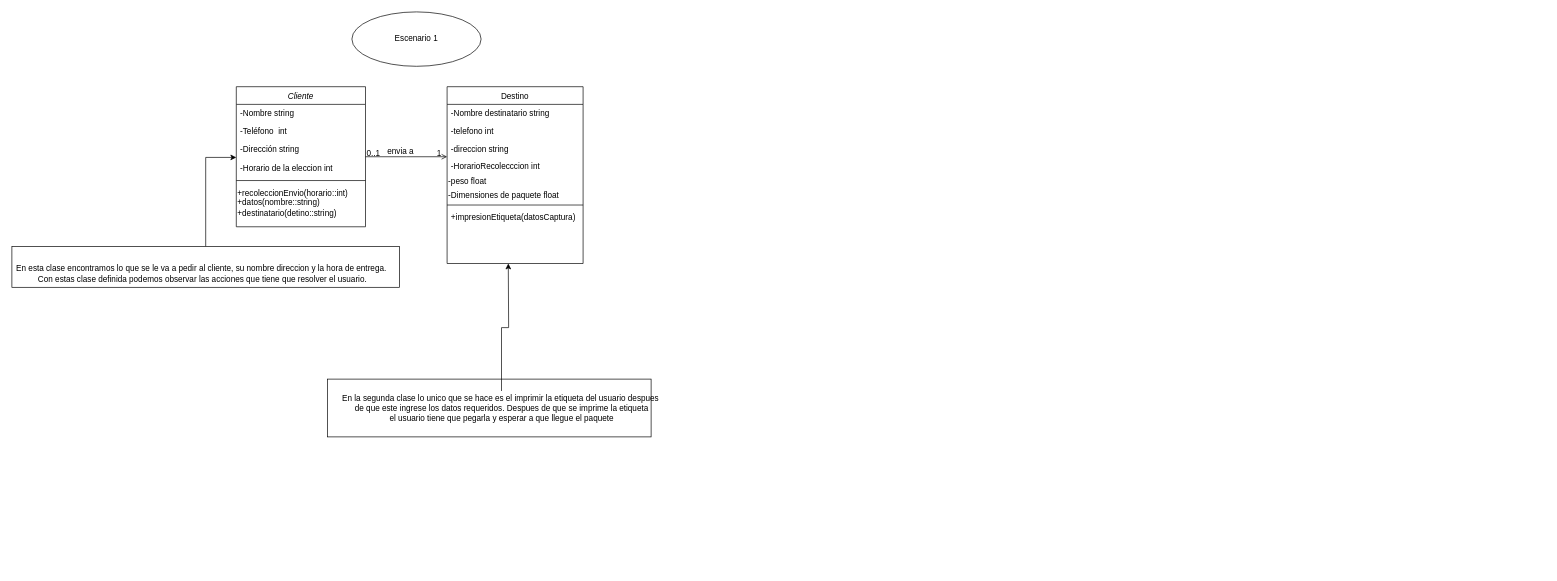
This is page "escenario 1" (1 of 2) of Untitled Diagram.drawio from isabelinna/Proyecto, a draw.io file, before an edit. Source tidied: cells renumbered, new cells numbered last; positions are measured from the earlier drawing's top-left corner, leaving out a move shared by most shapes. Both pictures are drawn from the tidied source at 68%, with x=0, y=0 at pixel (12, 12).
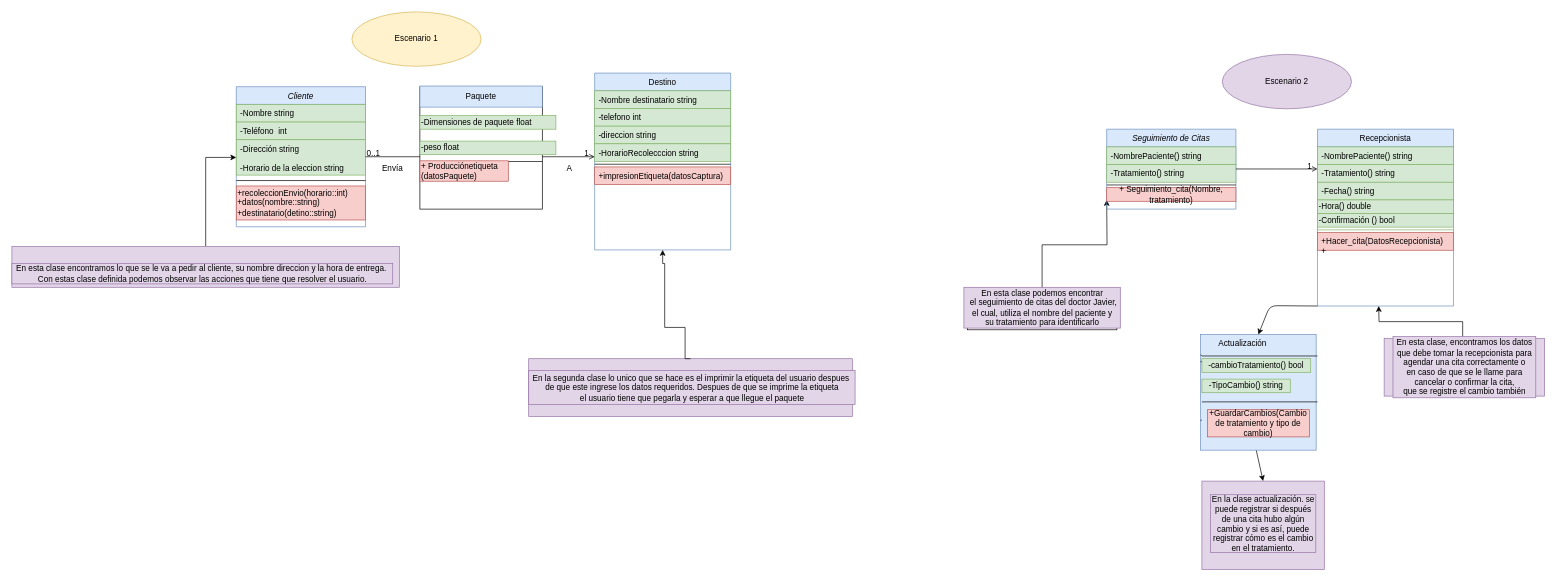
After the change.

What changed in the source:
```diff
@@
-    <mxCell id="3" style="rounded=0;whiteSpace=wrap;html=1;" parent="1" vertex="1">
+    <mxCell id="3" style="rounded=0;whiteSpace=wrap;html=1;fillColor=#e1d5e7;strokeColor=#9673a6;" parent="1" vertex="1">
       <mxGeometry y="345" width="570" height="60" as="geometry" />
     </mxCell>
-    <mxCell id="4" style="rounded=0;whiteSpace=wrap;html=1;" parent="1" vertex="1">
-      <mxGeometry x="464" y="540" width="476" height="85" as="geometry" />
+    <mxCell id="4" style="rounded=0;whiteSpace=wrap;html=1;fillColor=#e1d5e7;strokeColor=#9673a6;" parent="1" vertex="1">
+      <mxGeometry x="760" y="510" width="476" height="85" as="geometry" />
     </mxCell>
-    <mxCell id="5" value="Cliente" style="swimlane;fontStyle=2;align=center;verticalAlign=top;horizontal=1;startSize=26;rounded=0;shadow=0;strokeWidth=1;" parent="1" vertex="1">
+    <mxCell id="5" value="Cliente" style="swimlane;fontStyle=2;align=center;verticalAlign=top;horizontal=1;startSize=26;rounded=0;shadow=0;strokeWidth=1;fillColor=#dae8fc;strokeColor=#6c8ebf;" parent="1" vertex="1">
       <mxGeometry x="330" y="110" width="190" height="206" as="geometry" />
     </mxCell>
-    <mxCell id="6" value="-Nombre string" style="text;align=left;verticalAlign=top;spacingLeft=4;spacingRight=4;overflow=hidden;" parent="5" vertex="1">
+    <mxCell id="6" value="-Nombre string" style="text;align=left;verticalAlign=top;spacingLeft=4;spacingRight=4;overflow=hidden;fillColor=#d5e8d4;strokeColor=#82b366;" parent="5" vertex="1">
       <mxGeometry y="26" width="190" height="26" as="geometry" />
     </mxCell>
-    <mxCell id="7" value="-Teléfono  int" style="text;align=left;verticalAlign=top;spacingLeft=4;spacingRight=4;overflow=hidden;rounded=0;shadow=0;html=0;" parent="5" vertex="1">
+    <mxCell id="7" value="-Teléfono  int" style="text;align=left;verticalAlign=top;spacingLeft=4;spacingRight=4;overflow=hidden;rounded=0;shadow=0;html=0;fillColor=#d5e8d4;strokeColor=#82b366;" parent="5" vertex="1">
       <mxGeometry y="52" width="190" height="26" as="geometry" />
     </mxCell>
-    <mxCell id="8" value="-Dirección string&#10;&#10;-Horario de la eleccion int" style="text;align=left;verticalAlign=top;spacingLeft=4;spacingRight=4;overflow=hidden;points=[[0,0.5],[1,0.5]];portConstraint=eastwest;rounded=0;shadow=0;html=0;" parent="5" vertex="1">
+    <mxCell id="8" value="-Dirección string&#10;&#10;-Horario de la eleccion string" style="text;align=left;verticalAlign=top;spacingLeft=4;spacingRight=4;overflow=hidden;points=[[0,0.5],[1,0.5]];portConstraint=eastwest;rounded=0;shadow=0;html=0;fillColor=#d5e8d4;strokeColor=#82b366;" parent="5" vertex="1">
       <mxGeometry y="78" width="190" height="52" as="geometry" />
     </mxCell>
@@
-    <mxCell id="10" value="+recoleccionEnvio(horario::int)&lt;br&gt;+datos(nombre::string)&lt;br&gt;+destinatario(detino::string)" style="text;html=1;align=left;verticalAlign=middle;" parent="5" vertex="1">
+    <mxCell id="10" value="+recoleccionEnvio(horario::int)&lt;br&gt;+datos(nombre::string)&lt;br&gt;+destinatario(detino::string)" style="text;html=1;align=left;verticalAlign=middle;fillColor=#f8cecc;strokeColor=#b85450;" parent="5" vertex="1">
       <mxGeometry y="146" width="190" height="50" as="geometry" />
     </mxCell>
-    <mxCell id="11" value="Destino" style="swimlane;fontStyle=0;align=center;verticalAlign=top;horizontal=1;startSize=26;rounded=0;shadow=0;strokeWidth=1;" parent="1" vertex="1">
-      <mxGeometry x="640" y="110" width="200" height="260" as="geometry" />
+    <mxCell id="11" value="Destino" style="swimlane;fontStyle=0;align=center;verticalAlign=top;horizontal=1;startSize=26;rounded=0;shadow=0;strokeWidth=1;fillColor=#dae8fc;strokeColor=#6c8ebf;" parent="1" vertex="1">
+      <mxGeometry x="857" y="90" width="200" height="260" as="geometry" />
     </mxCell>
-    <mxCell id="12" value="-Nombre destinatario string" style="text;align=left;verticalAlign=top;spacingLeft=4;spacingRight=4;overflow=hidden;" parent="11" vertex="1">
+    <mxCell id="12" value="-Nombre destinatario string" style="text;align=left;verticalAlign=top;spacingLeft=4;spacingRight=4;overflow=hidden;fillColor=#d5e8d4;strokeColor=#82b366;" parent="11" vertex="1">
       <mxGeometry y="26" width="200" height="26" as="geometry" />
     </mxCell>
-    <mxCell id="13" value="-telefono int" style="text;align=left;verticalAlign=top;spacingLeft=4;spacingRight=4;overflow=hidden;rounded=0;shadow=0;html=0;" parent="11" vertex="1">
+    <mxCell id="13" value="-telefono int" style="text;align=left;verticalAlign=top;spacingLeft=4;spacingRight=4;overflow=hidden;rounded=0;shadow=0;html=0;fillColor=#d5e8d4;strokeColor=#82b366;" parent="11" vertex="1">
       <mxGeometry y="52" width="200" height="26" as="geometry" />
     </mxCell>
-    <mxCell id="14" value="-direccion string" style="text;align=left;verticalAlign=top;spacingLeft=4;spacingRight=4;overflow=hidden;rounded=0;shadow=0;html=0;" parent="11" vertex="1">
+    <mxCell id="14" value="-direccion string" style="text;align=left;verticalAlign=top;spacingLeft=4;spacingRight=4;overflow=hidden;rounded=0;shadow=0;html=0;fillColor=#d5e8d4;strokeColor=#82b366;" parent="11" vertex="1">
       <mxGeometry y="78" width="200" height="26" as="geometry" />
     </mxCell>
-    <mxCell id="15" value="-HorarioRecolecccion int" style="text;align=left;verticalAlign=top;spacingLeft=4;spacingRight=4;overflow=hidden;rounded=0;shadow=0;html=0;" parent="11" vertex="1">
+    <mxCell id="15" value="-HorarioRecolecccion string" style="text;align=left;verticalAlign=top;spacingLeft=4;spacingRight=4;overflow=hidden;rounded=0;shadow=0;html=0;fillColor=#d5e8d4;strokeColor=#82b366;" parent="11" vertex="1">
       <mxGeometry y="104" width="200" height="26" as="geometry" />
     </mxCell>
-    <mxCell id="16" value="-peso float" style="text;html=1;align=left;verticalAlign=middle;" parent="11" vertex="1">
-      <mxGeometry y="130" width="200" height="20" as="geometry" />
-    </mxCell>
-    <mxCell id="17" value="-Dimensiones de paquete float" style="text;html=1;align=left;verticalAlign=middle;" parent="11" vertex="1">
-      <mxGeometry y="150" width="200" height="20" as="geometry" />
-    </mxCell>
     <mxCell id="18" style="line;html=1;strokeWidth=1;align=left;verticalAlign=middle;spacingTop=-1;spacingLeft=3;spacingRight=3;labelPosition=right;" parent="11" vertex="1">
-      <mxGeometry y="170" width="200" height="8" as="geometry" />
+      <mxGeometry y="130" width="200" height="8" as="geometry" />
     </mxCell>
-    <mxCell id="19" value="+impresionEtiqueta(datosCaptura)" style="text;align=left;verticalAlign=top;spacingLeft=4;spacingRight=4;overflow=hidden;" parent="11" vertex="1">
-      <mxGeometry y="178" width="200" height="26" as="geometry" />
+    <mxCell id="19" value="+impresionEtiqueta(datosCaptura)" style="text;align=left;verticalAlign=top;spacingLeft=4;spacingRight=4;overflow=hidden;fillColor=#f8cecc;strokeColor=#b85450;" parent="11" vertex="1">
+      <mxGeometry y="138" width="200" height="26" as="geometry" />
     </mxCell>
@@
-    <mxCell id="24" value="En esta clase encontramos lo que se le va a pedir al cliente, su nombre direccion y la hora de entrega.&amp;nbsp;&lt;br&gt;Con estas clase definida podemos observar las acciones que tiene que resolver el usuario." style="text;html=1;align=center;verticalAlign=middle;" parent="1" vertex="1">
+    <mxCell id="24" value="En esta clase encontramos lo que se le va a pedir al cliente, su nombre direccion y la hora de entrega.&amp;nbsp;&lt;br&gt;Con estas clase definida podemos observar las acciones que tiene que resolver el usuario." style="text;html=1;align=center;verticalAlign=middle;fillColor=#e1d5e7;strokeColor=#9673a6;" parent="1" vertex="1">
       <mxGeometry y="370" width="560" height="30" as="geometry" />
     </mxCell>
-    <mxCell id="25" style="edgeStyle=orthogonalEdgeStyle;rounded=0;jettySize=auto;html=1;" parent="1" edge="1" source="26">
+    <mxCell id="25" style="edgeStyle=orthogonalEdgeStyle;rounded=0;jettySize=auto;html=1;entryX=0.5;entryY=1;entryDx=0;entryDy=0;exitX=0.5;exitY=0;exitDx=0;exitDy=0;" parent="1" edge="1" source="4" target="11">
       <mxGeometry relative="1" as="geometry">
-        <mxPoint x="730" y="370" as="targetPoint" />
+        <Array as="points">
+          <mxPoint x="990" y="510" />
+          <mxPoint x="990" y="464" />
+          <mxPoint x="960" y="464" />
+          <mxPoint x="960" y="370" />
+          <mxPoint x="957" y="370" />
+        </Array>
       </mxGeometry>
     </mxCell>
-    <mxCell id="26" value="En la segunda clase lo unico que se hace es el imprimir la etiqueta del usuario despues&amp;nbsp;&lt;br&gt;de que este ingrese los datos requeridos. Despues de que se imprime la etiqueta&lt;br&gt;el usuario tiene que pegarla y esperar a que llegue el paquete" style="text;html=1;align=center;verticalAlign=middle;points=[];" parent="1" vertex="1">
-      <mxGeometry x="480" y="557.5" width="480" height="50" as="geometry" />
+    <mxCell id="26" value="En la segunda clase lo unico que se hace es el imprimir la etiqueta del usuario despues&amp;nbsp;&lt;br&gt;de que este ingrese los datos requeridos. Despues de que se imprime la etiqueta&lt;br&gt;el usuario tiene que pegarla y esperar a que llegue el paquete" style="text;html=1;align=center;verticalAlign=middle;points=[];fillColor=#e1d5e7;strokeColor=#9673a6;" parent="1" vertex="1">
+      <mxGeometry x="760" y="527.5" width="480" height="50" as="geometry" />
     </mxCell>
-    <mxCell id="27" value="Escenario 1" style="ellipse;whiteSpace=wrap;html=1;" parent="1" vertex="1">
+    <mxCell id="27" value="Escenario 1" style="ellipse;whiteSpace=wrap;html=1;fillColor=#fff2cc;strokeColor=#d6b656;" parent="1" vertex="1">
       <mxGeometry x="500" width="190" height="80" as="geometry" />
     </mxCell>
+    <mxCell id="28" style="edgeStyle=orthogonalEdgeStyle;rounded=0;jettySize=auto;html=1;entryX=0;entryY=0.5;entryDx=0;entryDy=0;" parent="1" edge="1" source="29">
+      <mxGeometry relative="1" as="geometry">
+        <mxPoint x="1610" y="276.5" as="targetPoint" />
+      </mxGeometry>
+    </mxCell>
+    <mxCell id="29" style="rounded=0;whiteSpace=wrap;html=1;" parent="1" vertex="1">
+      <mxGeometry x="1405" y="407.5" width="220" height="60" as="geometry" />
+    </mxCell>
+    <mxCell id="30" style="rounded=0;whiteSpace=wrap;html=1;fillColor=#e1d5e7;strokeColor=#9673a6;" parent="1" vertex="1">
+      <mxGeometry x="2018" y="480" width="236" height="85" as="geometry" />
+    </mxCell>
+    <mxCell id="31" value="Seguimiento de Citas" style="swimlane;fontStyle=2;align=center;verticalAlign=top;horizontal=1;startSize=26;rounded=0;shadow=0;strokeWidth=1;fillColor=#dae8fc;strokeColor=#6c8ebf;" parent="1" vertex="1">
+      <mxGeometry x="1610" y="172.5" width="190" height="117.5" as="geometry" />
+    </mxCell>
+    <mxCell id="32" value="-NombrePaciente() string" style="text;align=left;verticalAlign=top;spacingLeft=4;spacingRight=4;overflow=hidden;fillColor=#d5e8d4;strokeColor=#82b366;" parent="31" vertex="1">
+      <mxGeometry y="26" width="190" height="26" as="geometry" />
+    </mxCell>
+    <mxCell id="33" value="-Tratamiento() string" style="text;align=left;verticalAlign=top;spacingLeft=4;spacingRight=4;overflow=hidden;rounded=0;shadow=0;html=0;fillColor=#d5e8d4;strokeColor=#82b366;" parent="31" vertex="1">
+      <mxGeometry y="52" width="190" height="26" as="geometry" />
+    </mxCell>
+    <mxCell id="34" style="line;html=1;strokeWidth=1;align=left;verticalAlign=middle;spacingTop=-1;spacingLeft=3;spacingRight=3;labelPosition=right;" parent="31" vertex="1">
+      <mxGeometry y="78" width="190" height="8" as="geometry" />
+    </mxCell>
+    <mxCell id="35" value="+ Seguimiento_cita(Nombre, tratamiento)" style="text;html=1;strokeColor=#b85450;fillColor=#f8cecc;align=center;verticalAlign=middle;whiteSpace=wrap;rounded=0;" parent="31" vertex="1">
+      <mxGeometry y="86" width="190" height="20" as="geometry" />
+    </mxCell>
+    <mxCell id="36" value="Recepcionista" style="swimlane;fontStyle=0;align=center;verticalAlign=top;horizontal=1;startSize=26;rounded=0;shadow=0;strokeWidth=1;fillColor=#dae8fc;strokeColor=#6c8ebf;" parent="1" vertex="1">
+      <mxGeometry x="1920" y="172.5" width="200" height="260" as="geometry" />
+    </mxCell>
+    <mxCell id="37" value="-NombrePaciente() string" style="text;align=left;verticalAlign=top;spacingLeft=4;spacingRight=4;overflow=hidden;rounded=0;shadow=0;html=0;fillColor=#d5e8d4;strokeColor=#82b366;" parent="36" vertex="1">
+      <mxGeometry y="26" width="200" height="26" as="geometry" />
+    </mxCell>
+    <mxCell id="38" value="-Tratamiento() string" style="text;align=left;verticalAlign=top;spacingLeft=4;spacingRight=4;overflow=hidden;rounded=0;shadow=0;html=0;fillColor=#d5e8d4;strokeColor=#82b366;" parent="36" vertex="1">
+      <mxGeometry y="52" width="200" height="26" as="geometry" />
+    </mxCell>
+    <mxCell id="39" value="-Fecha() string" style="text;align=left;verticalAlign=top;spacingLeft=4;spacingRight=4;overflow=hidden;rounded=0;shadow=0;html=0;fillColor=#d5e8d4;strokeColor=#82b366;" parent="36" vertex="1">
+      <mxGeometry y="78" width="200" height="26" as="geometry" />
+    </mxCell>
+    <mxCell id="40" value="-Hora() double" style="text;html=1;align=left;verticalAlign=middle;fillColor=#d5e8d4;strokeColor=#82b366;" parent="36" vertex="1">
+      <mxGeometry y="104" width="200" height="20" as="geometry" />
+    </mxCell>
+    <mxCell id="41" value="-Confirmación () bool" style="text;html=1;align=left;verticalAlign=middle;fillColor=#d5e8d4;strokeColor=#82b366;" parent="36" vertex="1">
+      <mxGeometry y="124" width="200" height="20" as="geometry" />
+    </mxCell>
+    <mxCell id="42" style="line;html=1;strokeWidth=1;align=left;verticalAlign=middle;spacingTop=-1;spacingLeft=3;spacingRight=3;labelPosition=right;fillColor=#d5e8d4;strokeColor=#82b366;" parent="36" vertex="1">
+      <mxGeometry y="144" width="200" height="8" as="geometry" />
+    </mxCell>
+    <mxCell id="43" value="+Hacer_cita(DatosRecepcionista)&#10;+" style="text;align=left;verticalAlign=top;spacingLeft=4;spacingRight=4;overflow=hidden;fillColor=#f8cecc;strokeColor=#b85450;" parent="36" vertex="1">
+      <mxGeometry y="152" width="200" height="26" as="geometry" />
+    </mxCell>
+    <mxCell id="44" style="endArrow=open;shadow=0;strokeWidth=1;rounded=0;endFill=1;edgeStyle=elbowEdgeStyle;elbow=vertical;" parent="1" edge="1" source="31" target="36">
+      <mxGeometry x="0.5" y="41" relative="1" as="geometry">
+        <mxPoint x="-40" y="32" as="offset" />
+      </mxGeometry>
+    </mxCell>
+    <mxCell id="45" value="1" style="align=right;verticalAlign=bottom;labelBackgroundColor=none;fontSize=12;" parent="44" vertex="1">
+      <mxGeometry x="1" relative="1" as="geometry">
+        <mxPoint x="-7" y="4" as="offset" />
+      </mxGeometry>
+    </mxCell>
+    <mxCell id="46" value="En esta clase podemos encontrar&lt;br&gt;&amp;nbsp;el seguimiento de citas del doctor Javier,&lt;br&gt;el cual, utiliza el nombre del paciente y&lt;br&gt;su tratamiento para identificarlo" style="text;html=1;align=center;verticalAlign=middle;fillColor=#e1d5e7;strokeColor=#9673a6;" parent="1" vertex="1">
+      <mxGeometry x="1400" y="405" width="230" height="60" as="geometry" />
+    </mxCell>
+    <mxCell id="47" style="edgeStyle=orthogonalEdgeStyle;rounded=0;jettySize=auto;html=1;exitX=0.488;exitY=-0.001;exitDx=0;exitDy=0;exitPerimeter=0;" parent="1" edge="1" source="48">
+      <mxGeometry relative="1" as="geometry">
+        <mxPoint x="2010" y="432.5" as="targetPoint" />
+      </mxGeometry>
+    </mxCell>
+    <mxCell id="48" value="En esta clase, encontramos los datos&lt;br&gt;que debe tomar la recepcionista para&lt;br&gt;agendar una cita correctamente o&lt;br&gt;en caso de que se le llame para&lt;br&gt;cancelar o confirmar la cita,&lt;br&gt;que se registre el cambio también" style="text;html=1;align=center;verticalAlign=middle;points=[];strokeColor=#9673a6;fillColor=#e1d5e7;" parent="1" vertex="1">
+      <mxGeometry x="2031" y="477.5" width="210" height="90" as="geometry" />
+    </mxCell>
+    <mxCell id="49" value="Escenario 2" style="ellipse;whiteSpace=wrap;html=1;fillColor=#e1d5e7;strokeColor=#9673a6;" parent="1" vertex="1">
+      <mxGeometry x="1780" y="62.5" width="190" height="80" as="geometry" />
+    </mxCell>
+    <mxCell id="50" style="whiteSpace=wrap;html=1;" parent="1" vertex="1">
+      <mxGeometry x="600" y="110" width="180" height="180" as="geometry" />
+    </mxCell>
+    <mxCell id="51" style="rounded=0;whiteSpace=wrap;html=1;fillColor=#dae8fc;strokeColor=#6c8ebf;" parent="1" vertex="1">
+      <mxGeometry x="600" y="109" width="180" height="31" as="geometry" />
+    </mxCell>
+    <mxCell id="52" value="Paquete" style="text;html=1;strokeColor=none;fillColor=none;align=center;verticalAlign=middle;whiteSpace=wrap;rounded=0;" parent="1" vertex="1">
+      <mxGeometry x="670" y="114.5" width="40" height="20" as="geometry" />
+    </mxCell>
+    <mxCell id="17" value="-Dimensiones de paquete float" style="text;html=1;align=left;verticalAlign=middle;fillColor=#d5e8d4;strokeColor=#82b366;" parent="1" vertex="1">
+      <mxGeometry x="600" y="152.5" width="200" height="20" as="geometry" />
+    </mxCell>
+    <mxCell id="16" value="-peso float" style="text;html=1;align=left;verticalAlign=middle;fillColor=#d5e8d4;strokeColor=#82b366;" parent="1" vertex="1">
+      <mxGeometry x="600" y="190" width="200" height="20" as="geometry" />
+    </mxCell>
+    <mxCell id="53" value="Envía" style="text;html=1;strokeColor=none;fillColor=none;align=center;verticalAlign=middle;whiteSpace=wrap;rounded=0;" parent="1" vertex="1">
+      <mxGeometry x="540" y="220" width="40" height="20" as="geometry" />
+    </mxCell>
+    <mxCell id="54" value="A" style="text;html=1;strokeColor=none;fillColor=none;align=center;verticalAlign=middle;whiteSpace=wrap;rounded=0;" parent="1" vertex="1">
+      <mxGeometry x="800" y="220" width="40" height="20" as="geometry" />
+    </mxCell>
+    <mxCell id="55" style="line;html=1;strokeWidth=1;align=left;verticalAlign=middle;spacingTop=-1;spacingLeft=3;spacingRight=3;labelPosition=right;" parent="1" vertex="1">
+      <mxGeometry x="600" y="216" width="180" height="8" as="geometry" />
+    </mxCell>
+    <mxCell id="56" value="+ Producciónetiqueta&lt;br&gt;(datosPaquete)" style="text;html=1;align=left;verticalAlign=middle;fillColor=#f8cecc;strokeColor=#b85450;" parent="1" vertex="1">
+      <mxGeometry x="600" y="219" width="130" height="30" as="geometry" />
+    </mxCell>
+    <mxCell id="57" style="whiteSpace=wrap;html=1;fillColor=#dae8fc;strokeColor=#6c8ebf;" parent="1" vertex="1">
+      <mxGeometry x="1748" y="474.5" width="170" height="170" as="geometry" />
+    </mxCell>
+    <mxCell id="58" value="Actualización" style="text;html=1;strokeColor=none;fillColor=none;align=center;verticalAlign=middle;whiteSpace=wrap;rounded=0;" parent="1" vertex="1">
+      <mxGeometry x="1790" y="477.5" width="40" height="20" as="geometry" />
+    </mxCell>
+    <mxCell id="59" style="endArrow=none;html=1;exitX=0;exitY=0.25;exitDx=0;exitDy=0;" parent="1" edge="1" target="57">
+      <mxGeometry relative="1" as="geometry">
+        <mxPoint x="1750" y="505.6" as="sourcePoint" />
+      </mxGeometry>
+    </mxCell>
+    <mxCell id="60" value="-cambioTratamiento() bool" style="text;html=1;strokeColor=#82b366;fillColor=#d5e8d4;align=center;verticalAlign=middle;whiteSpace=wrap;rounded=0;" parent="1" vertex="1">
+      <mxGeometry x="1750" y="510" width="160" height="20" as="geometry" />
+    </mxCell>
+    <mxCell id="61" style="endArrow=none;html=1;exitX=0;exitY=0.25;exitDx=0;exitDy=0;" parent="1" edge="1" source="60" target="57">
+      <mxGeometry relative="1" as="geometry" />
+    </mxCell>
+    <mxCell id="62" style="line;html=1;strokeWidth=1;align=left;verticalAlign=middle;spacingTop=-1;spacingLeft=3;spacingRight=3;labelPosition=right;" parent="1" vertex="1">
+      <mxGeometry x="1750" y="502" width="170" height="8" as="geometry" />
+    </mxCell>
+    <mxCell id="63" value="-TipoCambio() string" style="text;html=1;strokeColor=#82b366;fillColor=#d5e8d4;align=center;verticalAlign=middle;whiteSpace=wrap;rounded=0;" parent="1" vertex="1">
+      <mxGeometry x="1750" y="540" width="130" height="20" as="geometry" />
+    </mxCell>
+    <mxCell id="64" style="endArrow=none;html=1;" parent="1" edge="1" target="57">
+      <mxGeometry relative="1" as="geometry">
+        <mxPoint x="1750" y="600" as="sourcePoint" />
+      </mxGeometry>
+    </mxCell>
+    <mxCell id="65" style="line;html=1;strokeWidth=1;align=left;verticalAlign=middle;spacingTop=-1;spacingLeft=3;spacingRight=3;labelPosition=right;" parent="1" vertex="1">
+      <mxGeometry x="1750" y="569.5" width="170" height="8" as="geometry" />
+    </mxCell>
+    <mxCell id="66" value="+GuardarCambios(Cambio de tratamiento y tipo de cambio)" style="text;html=1;strokeColor=#b85450;fillColor=#f8cecc;align=center;verticalAlign=middle;whiteSpace=wrap;rounded=0;" parent="1" vertex="1">
+      <mxGeometry x="1758" y="585" width="150" height="40" as="geometry" />
+    </mxCell>
+    <mxCell id="67" style="endArrow=classic;html=1;exitX=0;exitY=1;exitDx=0;exitDy=0;entryX=0.5;entryY=0;entryDx=0;entryDy=0;" parent="1" edge="1" source="36" target="57">
+      <mxGeometry relative="1" as="geometry">
+        <Array as="points">
+          <mxPoint x="1850" y="432" />
+        </Array>
+      </mxGeometry>
+    </mxCell>
+    <mxCell id="68" style="rounded=0;whiteSpace=wrap;html=1;fillColor=#e1d5e7;strokeColor=#9673a6;" parent="1" vertex="1">
+      <mxGeometry x="1750" y="690" width="180" height="130" as="geometry" />
+    </mxCell>
+    <mxCell id="69" value="En la clase actualización. se puede registrar si después de una cita hubo algún cambio y si es así, puede registrar cómo es el cambio en el tratamiento." style="text;html=1;strokeColor=#9673a6;fillColor=#e1d5e7;align=center;verticalAlign=middle;whiteSpace=wrap;rounded=0;" parent="1" vertex="1">
+      <mxGeometry x="1762.5" y="710" width="155" height="85" as="geometry" />
+    </mxCell>
+    <mxCell id="70" style="endArrow=classic;html=1;entryX=0.5;entryY=0;entryDx=0;entryDy=0;" parent="1" edge="1" target="68">
+      <mxGeometry relative="1" as="geometry">
+        <mxPoint x="1830" y="645" as="sourcePoint" />
+      </mxGeometry>
+    </mxCell>
```
